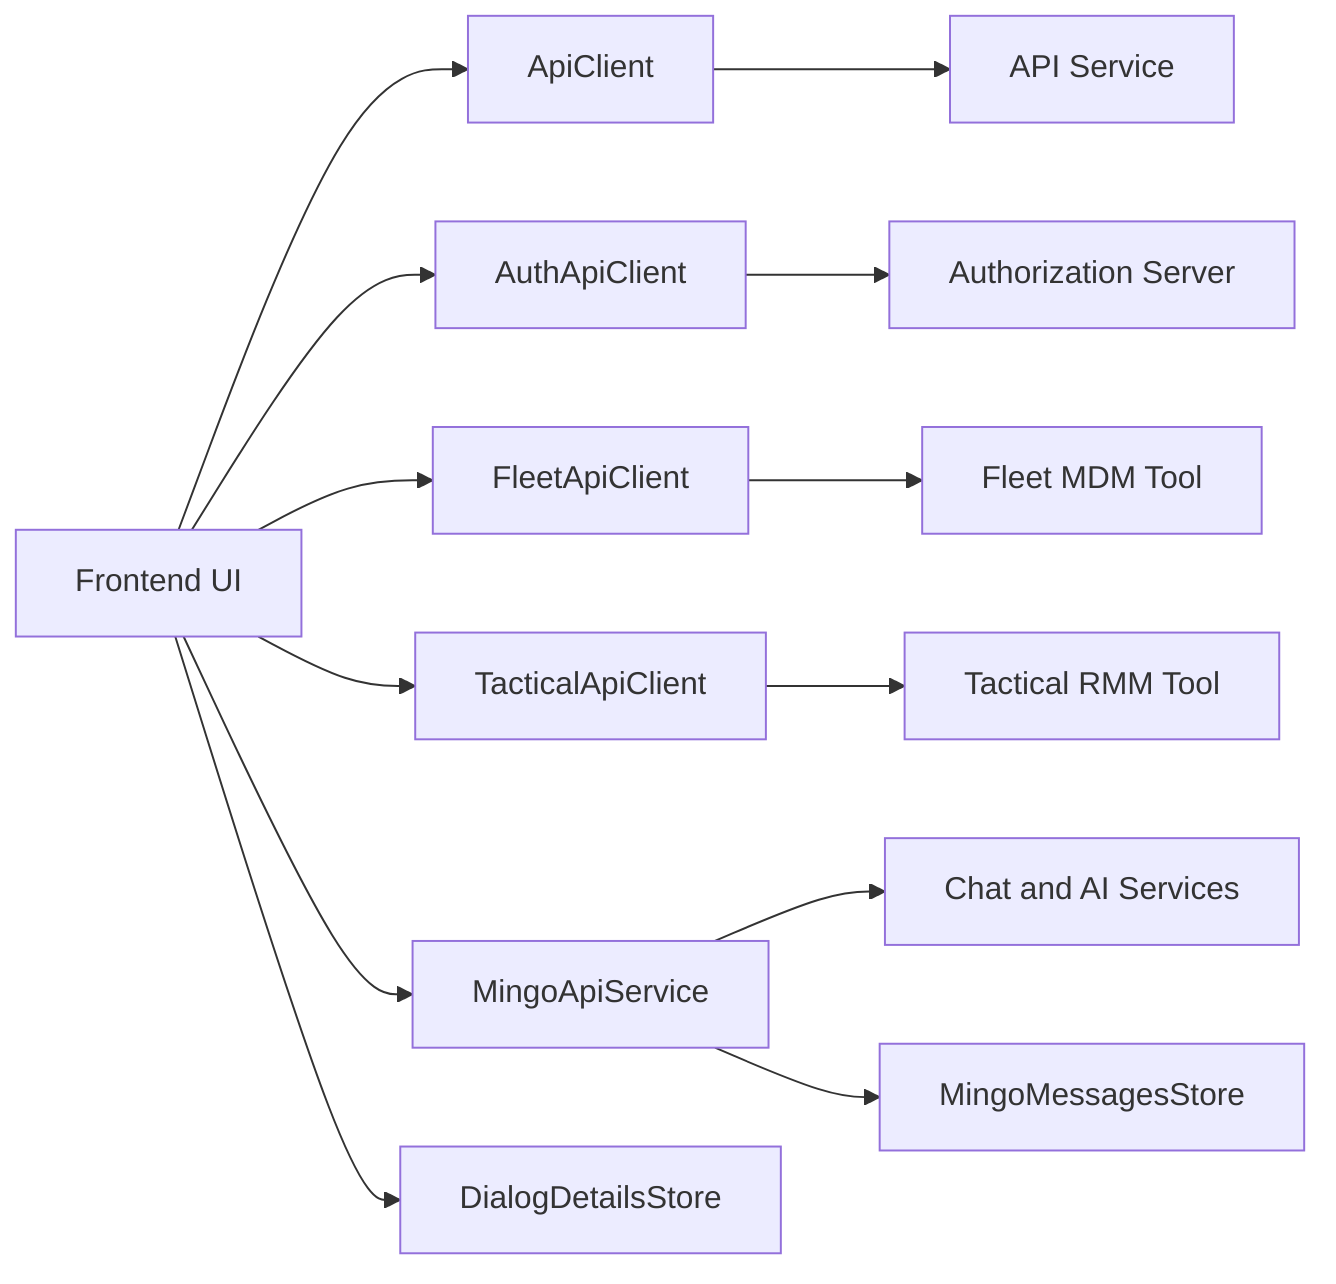
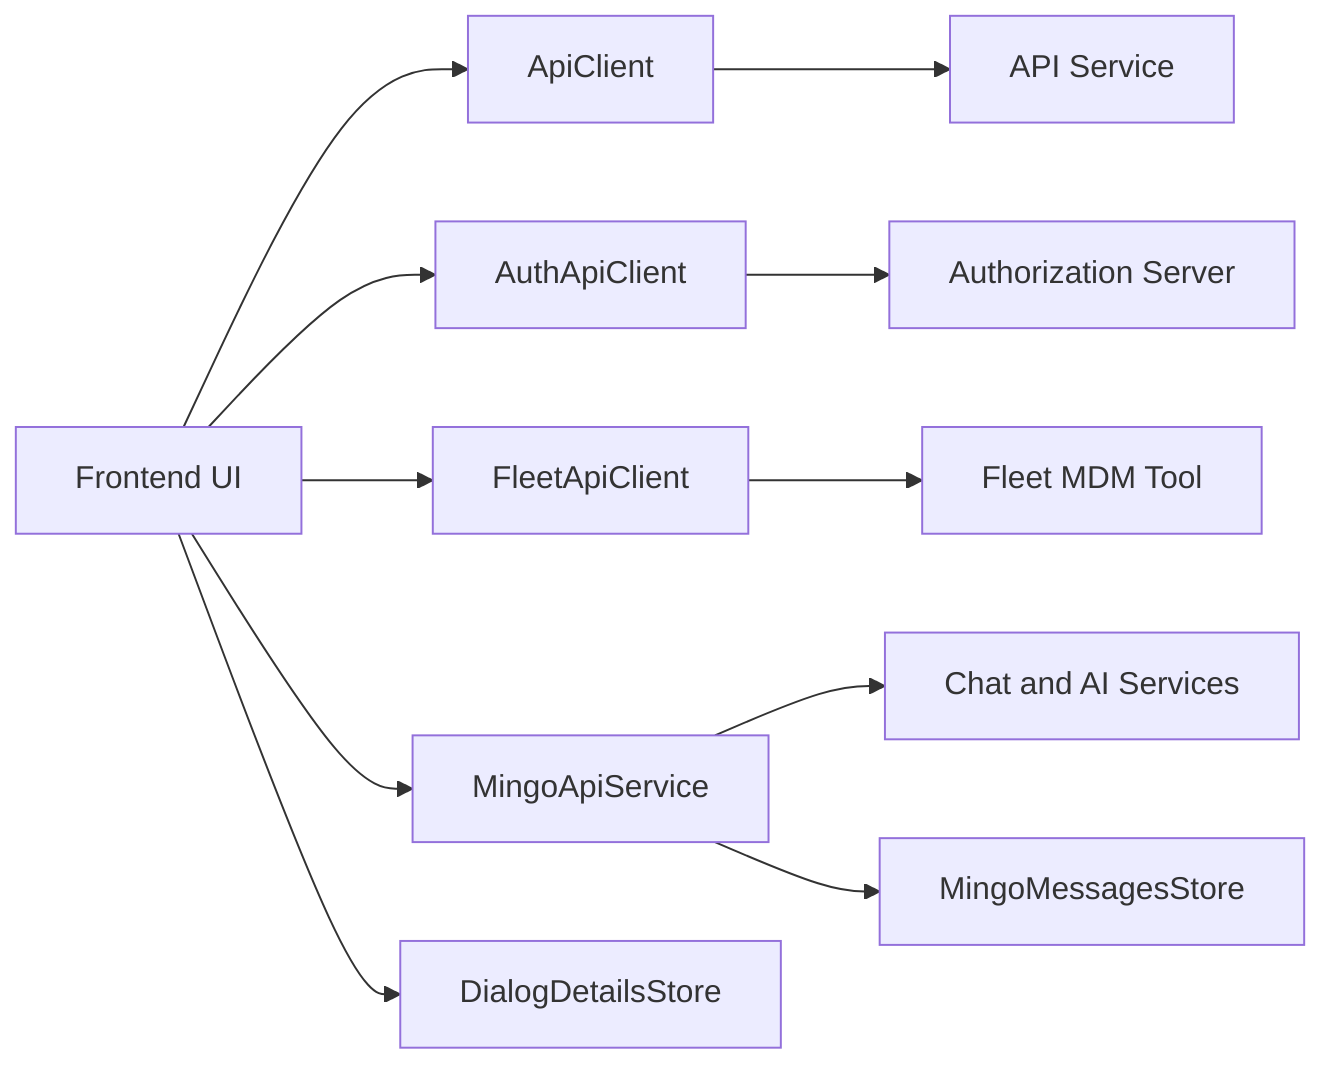
flowchart LR
    UI["Frontend UI"] --> ApiClient["ApiClient"]
    UI --> AuthApiClient["AuthApiClient"]
    UI --> FleetClient["FleetApiClient"]
-     UI --> TacticalClient["TacticalApiClient"]
    UI --> MingoService["MingoApiService"]

    ApiClient --> ApiBackend["API Service"]
    AuthApiClient --> AuthServer["Authorization Server"]
    FleetClient --> FleetTool["Fleet MDM Tool"]
-     TacticalClient --> TacticalTool["Tactical RMM Tool"]
    MingoService --> ChatBackend["Chat and AI Services"]

    MingoService --> MingoStore["MingoMessagesStore"]
    UI --> DialogDetailsStore["DialogDetailsStore"]
